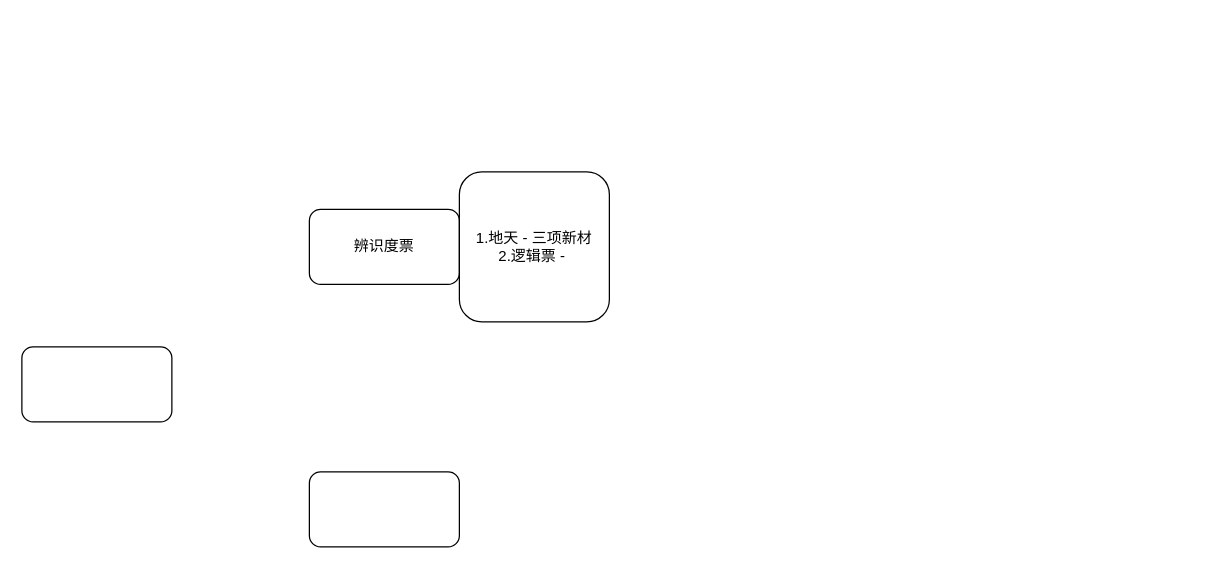
Before: menus/信息加工处理提取图.drawio in Asamiyaa/microservice-k8s-yun, a draw.io diagram. Source tidied: cells renumbered, new cells numbered last; positions are measured from the earlier drawing's top-left corner, leaving out a move shared by most shapes. Both pictures are drawn from the tidied source at 125%, with x=0, y=0 at pixel (21, 171).
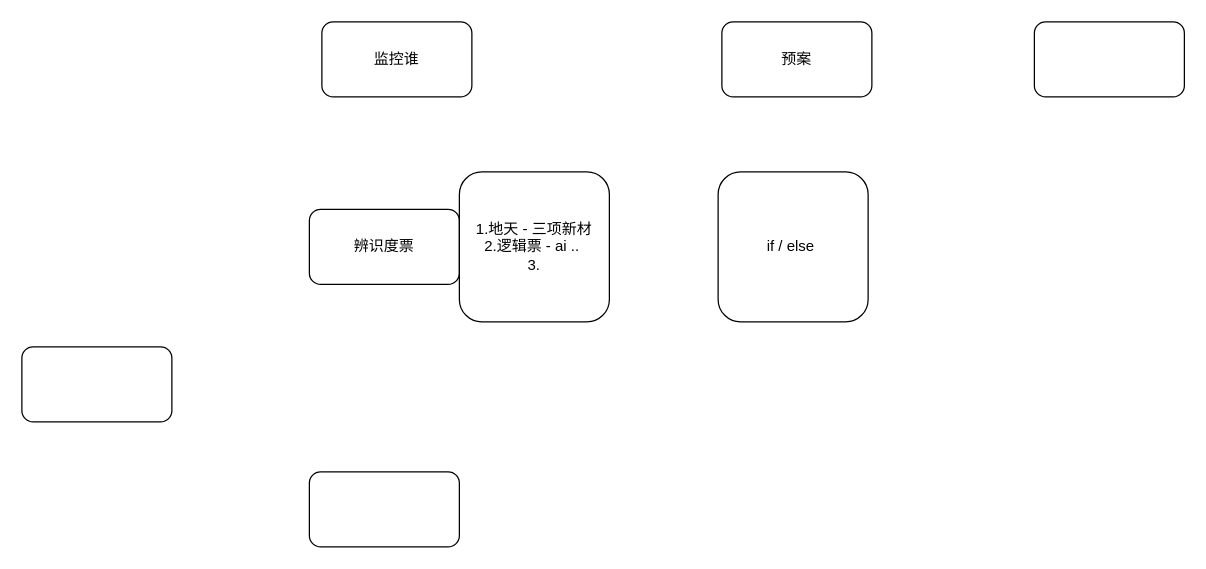
The same diagram, later.

Commit message (it also covers changes not shown here):
更新信息加工处理提取图.drawio

What changed in the source:
```diff
@@
 <mxGraphModel>
   <root>
     <mxCell id="0" />
     <mxCell id="1" parent="0" />
     <mxCell id="2" style="rounded=1;whiteSpace=wrap;html=1;" parent="1" vertex="1">
       <mxGeometry y="140" width="120" height="60" as="geometry" />
     </mxCell>
     <mxCell id="3" value="辨识度票" style="rounded=1;whiteSpace=wrap;html=1;" parent="1" vertex="1">
       <mxGeometry x="230" y="30" width="120" height="60" as="geometry" />
     </mxCell>
     <mxCell id="4" style="rounded=1;whiteSpace=wrap;html=1;" parent="1" vertex="1">
       <mxGeometry x="230" y="240" width="120" height="60" as="geometry" />
     </mxCell>
-    <mxCell id="5" value="1.地天 - 三项新材&lt;div&gt;2.逻辑票 -&amp;nbsp;&lt;/div&gt;" style="rounded=1;whiteSpace=wrap;html=1;" parent="1" vertex="1">
+    <mxCell id="5" value="1.地天 - 三项新材&lt;div&gt;2.逻辑票 - ai ..&amp;nbsp;&lt;/div&gt;&lt;div&gt;3.&lt;/div&gt;" style="rounded=1;whiteSpace=wrap;html=1;" parent="1" vertex="1">
       <mxGeometry x="350" width="120" height="120" as="geometry" />
     </mxCell>
+    <mxCell id="6" value="监控谁" style="rounded=1;whiteSpace=wrap;html=1;" parent="1" vertex="1">
+      <mxGeometry x="240" y="-120" width="120" height="60" as="geometry" />
+    </mxCell>
+    <mxCell id="7" value="预案" style="rounded=1;whiteSpace=wrap;html=1;" parent="1" vertex="1">
+      <mxGeometry x="560" y="-120" width="120" height="60" as="geometry" />
+    </mxCell>
+    <mxCell id="8" value="if / else&amp;nbsp;" style="rounded=1;whiteSpace=wrap;html=1;" parent="1" vertex="1">
+      <mxGeometry x="557" width="120" height="120" as="geometry" />
+    </mxCell>
+    <mxCell id="9" style="rounded=1;whiteSpace=wrap;html=1;" parent="1" vertex="1">
+      <mxGeometry x="810" y="-120" width="120" height="60" as="geometry" />
+    </mxCell>
   </root>
 </mxGraphModel>
```
